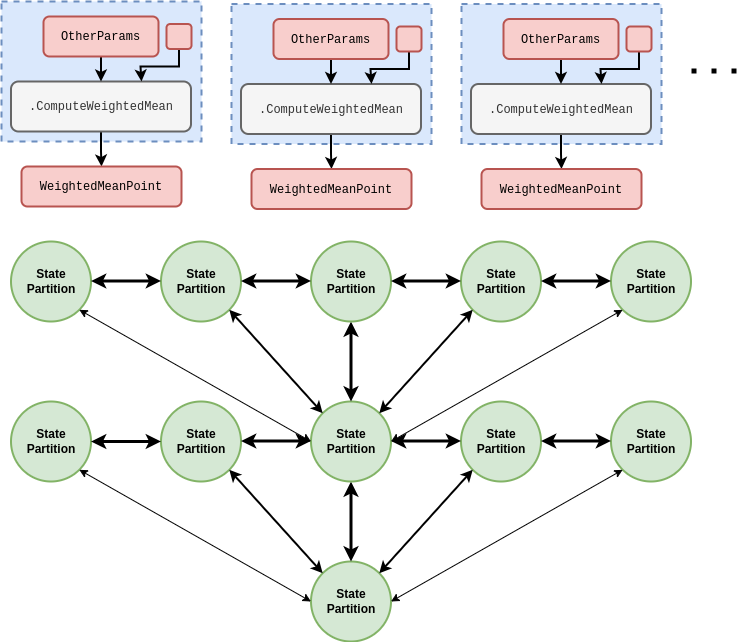
This is assets/dexetera/dexetera-spatial-state-partition-graph.drawio.png from umbralcalc/umbralcalc.github.io, a draw.io export, as it was before one commit. Source tidied: cells renumbered, new cells last; positions are measured from the earlier drawing's top-left corner, leaving out a move shared by most shapes.
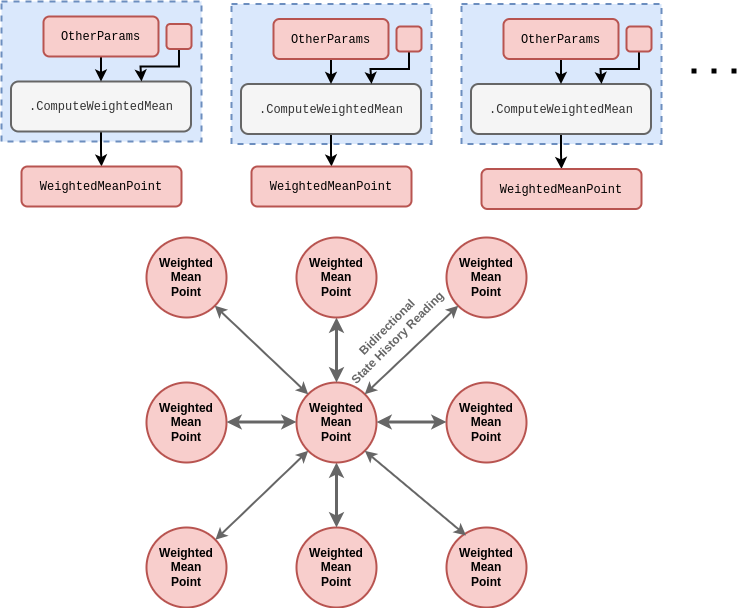
The same file after the commit.

Commit message:
Updated the graph computations

Change to the diagram source:
```diff
@@ -2,128 +2,59 @@
   <root>
     <mxCell id="0" />
     <mxCell id="1" parent="0" />
-    <mxCell id="2" value="&lt;b style=&quot;&quot;&gt;&lt;font face=&quot;Helvetica&quot;&gt;State&lt;br&gt;Partition&lt;/font&gt;&lt;/b&gt;" style="ellipse;whiteSpace=wrap;html=1;fillColor=#d5e8d4;strokeColor=#82b366;strokeWidth=2;" parent="1" vertex="1">
-      <mxGeometry x="309.5" y="560" width="80" height="80" as="geometry" />
+    <mxCell id="2" value="&lt;b&gt;Weighted&lt;/b&gt;&lt;div&gt;&lt;b&gt;Mean&lt;/b&gt;&lt;/div&gt;&lt;div&gt;&lt;b&gt;Point&lt;/b&gt;&lt;/div&gt;" style="ellipse;whiteSpace=wrap;html=1;fillColor=#f8cecc;strokeColor=#b85450;strokeWidth=2;" parent="1" vertex="1">
+      <mxGeometry x="295" y="526" width="80" height="80" as="geometry" />
     </mxCell>
-    <mxCell id="3" style="endArrow=classic;startArrow=classic;html=1;rounded=0;entryX=0;entryY=0.5;entryDx=0;entryDy=0;strokeWidth=3;exitX=0.5;exitY=1;exitDx=0;exitDy=0;" parent="1" edge="1">
+    <mxCell id="3" style="endArrow=classic;startArrow=classic;html=1;rounded=0;entryX=0.5;entryY=0;entryDx=0;entryDy=0;strokeWidth=3;exitX=0.5;exitY=1;exitDx=0;exitDy=0;fillColor=#f5f5f5;strokeColor=#666666;" parent="1" edge="1" target="2">
       <mxGeometry relative="1" as="geometry">
-        <mxPoint x="349.5" y="480" as="sourcePoint" />
-        <mxPoint x="349.5" y="560" as="targetPoint" />
+        <mxPoint x="335" y="461" as="sourcePoint" />
       </mxGeometry>
     </mxCell>
-    <mxCell id="4" value="&lt;b style=&quot;&quot;&gt;&lt;font face=&quot;Helvetica&quot;&gt;State&lt;br&gt;Partition&lt;/font&gt;&lt;/b&gt;" style="ellipse;whiteSpace=wrap;html=1;fillColor=#d5e8d4;strokeColor=#82b366;strokeWidth=2;" parent="1" vertex="1">
-      <mxGeometry x="459.5" y="400" width="80" height="80" as="geometry" />
+    <mxCell id="4" value="&lt;b&gt;Weighted&lt;/b&gt;&lt;div&gt;&lt;b&gt;Mean&lt;/b&gt;&lt;/div&gt;&lt;div&gt;&lt;b&gt;Point&lt;/b&gt;&lt;/div&gt;" style="ellipse;whiteSpace=wrap;html=1;fillColor=#f8cecc;strokeColor=#b85450;strokeWidth=2;" parent="1" vertex="1">
+      <mxGeometry x="445" y="381" width="80" height="80" as="geometry" />
     </mxCell>
-    <mxCell id="5" value="&lt;b style=&quot;&quot;&gt;&lt;font face=&quot;Helvetica&quot;&gt;State&lt;br&gt;Partition&lt;/font&gt;&lt;/b&gt;" style="ellipse;whiteSpace=wrap;html=1;fillColor=#d5e8d4;strokeColor=#82b366;strokeWidth=2;" parent="1" vertex="1">
-      <mxGeometry x="609.5" y="400" width="80" height="80" as="geometry" />
-    </mxCell>
-    <mxCell id="6" value="&lt;b style=&quot;&quot;&gt;&lt;font face=&quot;Helvetica&quot;&gt;State&lt;br&gt;Partition&lt;/font&gt;&lt;/b&gt;" style="ellipse;whiteSpace=wrap;html=1;fillColor=#d5e8d4;strokeColor=#82b366;strokeWidth=2;" parent="1" vertex="1">
-      <mxGeometry x="309.5" y="400" width="80" height="80" as="geometry" />
+    <mxCell id="6" value="&lt;b&gt;Weighted&lt;/b&gt;&lt;div&gt;&lt;b&gt;Mean&lt;/b&gt;&lt;/div&gt;&lt;div&gt;&lt;b&gt;Point&lt;/b&gt;&lt;/div&gt;" style="ellipse;whiteSpace=wrap;html=1;fillColor=#f8cecc;strokeColor=#b85450;strokeWidth=2;" parent="1" vertex="1">
+      <mxGeometry x="295" y="381" width="80" height="80" as="geometry" />
     </mxCell>
-    <mxCell id="7" style="endArrow=classic;startArrow=classic;html=1;rounded=0;entryX=0;entryY=1;entryDx=0;entryDy=0;strokeWidth=2;exitX=1;exitY=0;exitDx=0;exitDy=0;" parent="1" edge="1" source="2" target="4">
-      <mxGeometry relative="1" as="geometry" />
-    </mxCell>
-    <mxCell id="8" style="endArrow=classic;startArrow=classic;html=1;rounded=0;strokeWidth=1;exitX=1;exitY=0.5;exitDx=0;exitDy=0;entryX=0;entryY=1;entryDx=0;entryDy=0;" parent="1" edge="1" source="2" target="5">
-      <mxGeometry relative="1" as="geometry" />
-    </mxCell>
-    <mxCell id="9" value="&lt;b style=&quot;&quot;&gt;&lt;font face=&quot;Helvetica&quot;&gt;State&lt;br&gt;Partition&lt;/font&gt;&lt;/b&gt;" style="ellipse;whiteSpace=wrap;html=1;fillColor=#d5e8d4;strokeColor=#82b366;strokeWidth=2;" parent="1" vertex="1">
-      <mxGeometry x="9.5" y="400" width="80" height="80" as="geometry" />
-    </mxCell>
-    <mxCell id="10" value="&lt;b style=&quot;&quot;&gt;&lt;font face=&quot;Helvetica&quot;&gt;State&lt;br&gt;Partition&lt;/font&gt;&lt;/b&gt;" style="ellipse;whiteSpace=wrap;html=1;fillColor=#d5e8d4;strokeColor=#82b366;strokeWidth=2;" parent="1" vertex="1">
-      <mxGeometry x="159.5" y="400" width="80" height="80" as="geometry" />
+    <mxCell id="10" value="&lt;b&gt;Weighted&lt;/b&gt;&lt;div&gt;&lt;b&gt;Mean&lt;/b&gt;&lt;/div&gt;&lt;div&gt;&lt;b&gt;Point&lt;/b&gt;&lt;/div&gt;" style="ellipse;whiteSpace=wrap;html=1;fillColor=#f8cecc;strokeColor=#b85450;strokeWidth=2;" parent="1" vertex="1">
+      <mxGeometry x="145" y="381" width="80" height="80" as="geometry" />
     </mxCell>
-    <mxCell id="11" style="endArrow=classic;startArrow=classic;html=1;rounded=0;entryX=1;entryY=1;entryDx=0;entryDy=0;strokeWidth=2;exitX=0;exitY=0;exitDx=0;exitDy=0;" parent="1" edge="1" source="2" target="10">
-      <mxGeometry relative="1" as="geometry" />
-    </mxCell>
-    <mxCell id="12" style="endArrow=classic;startArrow=classic;html=1;rounded=0;strokeWidth=1;exitX=0;exitY=0.5;exitDx=0;exitDy=0;entryX=1;entryY=1;entryDx=0;entryDy=0;" parent="1" edge="1" source="2" target="9">
-      <mxGeometry relative="1" as="geometry" />
-    </mxCell>
-    <mxCell id="13" style="endArrow=classic;startArrow=classic;html=1;rounded=0;entryX=0;entryY=0.5;entryDx=0;entryDy=0;strokeWidth=3;exitX=0.5;exitY=1;exitDx=0;exitDy=0;" parent="1" edge="1">
+    <mxCell id="13" style="endArrow=classic;startArrow=classic;html=1;rounded=0;entryX=0;entryY=0.5;entryDx=0;entryDy=0;strokeWidth=3;exitX=0.5;exitY=1;exitDx=0;exitDy=0;fillColor=#f5f5f5;strokeColor=#666666;" parent="1" edge="1" source="16">
       <mxGeometry relative="1" as="geometry">
-        <mxPoint x="349.5" y="320" as="sourcePoint" />
-        <mxPoint x="349.5" y="400" as="targetPoint" />
+        <mxPoint x="335" y="381" as="targetPoint" />
       </mxGeometry>
     </mxCell>
-    <mxCell id="14" value="&lt;b style=&quot;&quot;&gt;&lt;font face=&quot;Helvetica&quot;&gt;State&lt;br&gt;Partition&lt;/font&gt;&lt;/b&gt;" style="ellipse;whiteSpace=wrap;html=1;fillColor=#d5e8d4;strokeColor=#82b366;strokeWidth=2;" parent="1" vertex="1">
-      <mxGeometry x="459.5" y="240" width="80" height="80" as="geometry" />
+    <mxCell id="14" value="&lt;b&gt;Weighted&lt;/b&gt;&lt;div&gt;&lt;b&gt;Mean&lt;/b&gt;&lt;/div&gt;&lt;div&gt;&lt;b&gt;Point&lt;/b&gt;&lt;/div&gt;" style="ellipse;whiteSpace=wrap;html=1;fillColor=#f8cecc;strokeColor=#b85450;strokeWidth=2;" parent="1" vertex="1">
+      <mxGeometry x="445" y="236" width="80" height="80" as="geometry" />
     </mxCell>
-    <mxCell id="15" value="&lt;b style=&quot;&quot;&gt;&lt;font face=&quot;Helvetica&quot;&gt;State&lt;br&gt;Partition&lt;/font&gt;&lt;/b&gt;" style="ellipse;whiteSpace=wrap;html=1;fillColor=#d5e8d4;strokeColor=#82b366;strokeWidth=2;" parent="1" vertex="1">
-      <mxGeometry x="609.5" y="240" width="80" height="80" as="geometry" />
-    </mxCell>
-    <mxCell id="16" value="&lt;b style=&quot;&quot;&gt;&lt;font face=&quot;Helvetica&quot;&gt;State&lt;br&gt;Partition&lt;/font&gt;&lt;/b&gt;" style="ellipse;whiteSpace=wrap;html=1;fillColor=#d5e8d4;strokeColor=#82b366;strokeWidth=2;" parent="1" vertex="1">
-      <mxGeometry x="309.5" y="240" width="80" height="80" as="geometry" />
+    <mxCell id="16" value="&lt;b&gt;Weighted&lt;/b&gt;&lt;div&gt;&lt;b&gt;Mean&lt;/b&gt;&lt;/div&gt;&lt;div&gt;&lt;b&gt;Point&lt;/b&gt;&lt;/div&gt;" style="ellipse;whiteSpace=wrap;html=1;fillColor=#f8cecc;strokeColor=#b85450;strokeWidth=2;" parent="1" vertex="1">
+      <mxGeometry x="295" y="236" width="80" height="80" as="geometry" />
     </mxCell>
-    <mxCell id="17" style="endArrow=classic;startArrow=classic;html=1;rounded=0;entryX=0;entryY=1;entryDx=0;entryDy=0;strokeWidth=2;exitX=1;exitY=0;exitDx=0;exitDy=0;" parent="1" edge="1" target="14">
+    <mxCell id="17" style="endArrow=classic;startArrow=classic;html=1;rounded=0;entryX=0;entryY=1;entryDx=0;entryDy=0;strokeWidth=2;exitX=1;exitY=0;exitDx=0;exitDy=0;fillColor=#f5f5f5;strokeColor=#666666;" parent="1" edge="1" target="14">
       <mxGeometry relative="1" as="geometry">
-        <mxPoint x="377.8" y="411.7" as="sourcePoint" />
+        <mxPoint x="363.3" y="392.7" as="sourcePoint" />
       </mxGeometry>
     </mxCell>
-    <mxCell id="18" style="endArrow=classic;startArrow=classic;html=1;rounded=0;strokeWidth=1;exitX=1;exitY=0.5;exitDx=0;exitDy=0;entryX=0;entryY=1;entryDx=0;entryDy=0;" parent="1" edge="1" target="15">
-      <mxGeometry relative="1" as="geometry">
-        <mxPoint x="389.5" y="440" as="sourcePoint" />
-      </mxGeometry>
-    </mxCell>
-    <mxCell id="19" value="&lt;b style=&quot;&quot;&gt;&lt;font face=&quot;Helvetica&quot;&gt;State&lt;br&gt;Partition&lt;/font&gt;&lt;/b&gt;" style="ellipse;whiteSpace=wrap;html=1;fillColor=#d5e8d4;strokeColor=#82b366;strokeWidth=2;" parent="1" vertex="1">
-      <mxGeometry x="9.5" y="240" width="80" height="80" as="geometry" />
-    </mxCell>
-    <mxCell id="20" value="&lt;b style=&quot;&quot;&gt;&lt;font face=&quot;Helvetica&quot;&gt;State&lt;br&gt;Partition&lt;/font&gt;&lt;/b&gt;" style="ellipse;whiteSpace=wrap;html=1;fillColor=#d5e8d4;strokeColor=#82b366;strokeWidth=2;" parent="1" vertex="1">
-      <mxGeometry x="159.5" y="240" width="80" height="80" as="geometry" />
+    <mxCell id="20" value="&lt;b&gt;Weighted&lt;/b&gt;&lt;div&gt;&lt;b&gt;Mean&lt;/b&gt;&lt;/div&gt;&lt;div&gt;&lt;b&gt;Point&lt;/b&gt;&lt;/div&gt;" style="ellipse;whiteSpace=wrap;html=1;fillColor=#f8cecc;strokeColor=#b85450;strokeWidth=2;" parent="1" vertex="1">
+      <mxGeometry x="145" y="236" width="80" height="80" as="geometry" />
     </mxCell>
-    <mxCell id="21" style="endArrow=classic;startArrow=classic;html=1;rounded=0;entryX=1;entryY=1;entryDx=0;entryDy=0;strokeWidth=2;exitX=0;exitY=0;exitDx=0;exitDy=0;" parent="1" edge="1" target="20">
+    <mxCell id="21" style="endArrow=classic;startArrow=classic;html=1;rounded=0;entryX=1;entryY=1;entryDx=0;entryDy=0;strokeWidth=2;exitX=0;exitY=0;exitDx=0;exitDy=0;fillColor=#f5f5f5;strokeColor=#666666;" parent="1" edge="1" target="20">
       <mxGeometry relative="1" as="geometry">
-        <mxPoint x="321.2" y="411.7" as="sourcePoint" />
+        <mxPoint x="306.7" y="392.7" as="sourcePoint" />
       </mxGeometry>
     </mxCell>
-    <mxCell id="22" style="endArrow=classic;startArrow=classic;html=1;rounded=0;strokeWidth=1;exitX=0;exitY=0.5;exitDx=0;exitDy=0;entryX=1;entryY=1;entryDx=0;entryDy=0;" parent="1" edge="1" target="19">
-      <mxGeometry relative="1" as="geometry">
-        <mxPoint x="309.5" y="440" as="sourcePoint" />
-      </mxGeometry>
-    </mxCell>
-    <mxCell id="23" style="endArrow=classic;startArrow=classic;html=1;rounded=0;entryX=0;entryY=0.5;entryDx=0;entryDy=0;strokeWidth=3;exitX=1;exitY=0.5;exitDx=0;exitDy=0;" parent="1" edge="1" source="9" target="10">
-      <mxGeometry relative="1" as="geometry" />
-    </mxCell>
-    <mxCell id="24" style="endArrow=classic;startArrow=classic;html=1;rounded=0;entryX=0;entryY=0.5;entryDx=0;entryDy=0;strokeWidth=3;exitX=1;exitY=0.5;exitDx=0;exitDy=0;" parent="1" edge="1">
+    <mxCell id="24" style="endArrow=classic;startArrow=classic;html=1;rounded=0;entryX=0;entryY=0.5;entryDx=0;entryDy=0;strokeWidth=3;exitX=1;exitY=0.5;exitDx=0;exitDy=0;fillColor=#f5f5f5;strokeColor=#666666;" parent="1" edge="1">
       <mxGeometry relative="1" as="geometry">
-        <mxPoint x="239.5" y="439.5" as="sourcePoint" />
-        <mxPoint x="309.5" y="439.5" as="targetPoint" />
+        <mxPoint x="225" y="420.5" as="sourcePoint" />
+        <mxPoint x="295" y="420.5" as="targetPoint" />
       </mxGeometry>
     </mxCell>
-    <mxCell id="25" style="endArrow=classic;startArrow=classic;html=1;rounded=0;entryX=0;entryY=0.5;entryDx=0;entryDy=0;strokeWidth=3;exitX=1;exitY=0.5;exitDx=0;exitDy=0;" parent="1" edge="1">
+    <mxCell id="25" style="endArrow=classic;startArrow=classic;html=1;rounded=0;entryX=0;entryY=0.5;entryDx=0;entryDy=0;strokeWidth=3;exitX=1;exitY=0.5;exitDx=0;exitDy=0;fillColor=#f5f5f5;strokeColor=#666666;" parent="1" edge="1">
       <mxGeometry relative="1" as="geometry">
-        <mxPoint x="389.5" y="439.5" as="sourcePoint" />
-        <mxPoint x="459.5" y="439.5" as="targetPoint" />
+        <mxPoint x="375" y="420.5" as="sourcePoint" />
+        <mxPoint x="445" y="420.5" as="targetPoint" />
       </mxGeometry>
     </mxCell>
-    <mxCell id="26" style="endArrow=classic;startArrow=classic;html=1;rounded=0;entryX=0;entryY=0.5;entryDx=0;entryDy=0;strokeWidth=3;exitX=1;exitY=0.5;exitDx=0;exitDy=0;" parent="1" edge="1">
-      <mxGeometry relative="1" as="geometry">
-        <mxPoint x="539.5" y="439.5" as="sourcePoint" />
-        <mxPoint x="609.5" y="439.5" as="targetPoint" />
-      </mxGeometry>
-    </mxCell>
-    <mxCell id="27" style="endArrow=classic;startArrow=classic;html=1;rounded=0;entryX=0;entryY=0.5;entryDx=0;entryDy=0;strokeWidth=3;exitX=1;exitY=0.5;exitDx=0;exitDy=0;" parent="1" edge="1">
-      <mxGeometry relative="1" as="geometry">
-        <mxPoint x="539.5" y="279.5" as="sourcePoint" />
-        <mxPoint x="609.5" y="279.5" as="targetPoint" />
-      </mxGeometry>
-    </mxCell>
-    <mxCell id="28" style="endArrow=classic;startArrow=classic;html=1;rounded=0;entryX=0;entryY=0.5;entryDx=0;entryDy=0;strokeWidth=3;exitX=1;exitY=0.5;exitDx=0;exitDy=0;" parent="1" edge="1">
-      <mxGeometry relative="1" as="geometry">
-        <mxPoint x="389.5" y="279.5" as="sourcePoint" />
-        <mxPoint x="459.5" y="279.5" as="targetPoint" />
-      </mxGeometry>
-    </mxCell>
-    <mxCell id="29" style="endArrow=classic;startArrow=classic;html=1;rounded=0;entryX=0;entryY=0.5;entryDx=0;entryDy=0;strokeWidth=3;exitX=1;exitY=0.5;exitDx=0;exitDy=0;" parent="1" edge="1">
-      <mxGeometry relative="1" as="geometry">
-        <mxPoint x="239.5" y="279.5" as="sourcePoint" />
-        <mxPoint x="309.5" y="279.5" as="targetPoint" />
-      </mxGeometry>
-    </mxCell>
-    <mxCell id="30" style="endArrow=classic;startArrow=classic;html=1;rounded=0;entryX=0;entryY=0.5;entryDx=0;entryDy=0;strokeWidth=3;exitX=1;exitY=0.5;exitDx=0;exitDy=0;" parent="1" edge="1">
-      <mxGeometry relative="1" as="geometry">
-        <mxPoint x="89.5" y="279.5" as="sourcePoint" />
-        <mxPoint x="159.5" y="279.5" as="targetPoint" />
-      </mxGeometry>
-    </mxCell>
     <mxCell id="31" style="rounded=0;whiteSpace=wrap;html=1;dashed=1;strokeWidth=2;fillColor=#dae8fc;strokeColor=#6c8ebf;" parent="1" vertex="1">
       <mxGeometry width="200" height="140" as="geometry" />
     </mxCell>
@@ -165,7 +96,7 @@
       <mxGeometry x="239.5" y="82.5" width="180" height="50" as="geometry" />
     </mxCell>
     <mxCell id="42" value="&lt;font face=&quot;Courier New&quot;&gt;WeightedMeanPoint&lt;/font&gt;" style="rounded=1;whiteSpace=wrap;html=1;strokeWidth=2;fillColor=#f8cecc;strokeColor=#b85450;" parent="1" vertex="1">
-      <mxGeometry x="250" y="167.5" width="160" height="40" as="geometry" />
+      <mxGeometry x="250" y="165" width="160" height="40" as="geometry" />
     </mxCell>
     <mxCell id="43" style="edgeStyle=orthogonalEdgeStyle;rounded=0;jettySize=auto;html=1;entryX=0.5;entryY=0;entryDx=0;entryDy=0;strokeWidth=2;" parent="1" edge="1" source="44" target="41">
       <mxGeometry relative="1" as="geometry" />
@@ -223,5 +154,20 @@
         <mxPoint x="740" y="69.5" as="targetPoint" />
       </mxGeometry>
     </mxCell>
+    <mxCell id="56" value="&lt;b&gt;Weighted&lt;/b&gt;&lt;div&gt;&lt;b&gt;Mean&lt;/b&gt;&lt;/div&gt;&lt;div&gt;&lt;b&gt;Point&lt;/b&gt;&lt;/div&gt;" style="ellipse;whiteSpace=wrap;html=1;fillColor=#f8cecc;strokeColor=#b85450;strokeWidth=2;" parent="1" vertex="1">
+      <mxGeometry x="445" y="526" width="80" height="80" as="geometry" />
+    </mxCell>
+    <mxCell id="57" value="&lt;b&gt;Weighted&lt;/b&gt;&lt;div&gt;&lt;b&gt;Mean&lt;/b&gt;&lt;/div&gt;&lt;div&gt;&lt;b&gt;Point&lt;/b&gt;&lt;/div&gt;" style="ellipse;whiteSpace=wrap;html=1;fillColor=#f8cecc;strokeColor=#b85450;strokeWidth=2;" parent="1" vertex="1">
+      <mxGeometry x="145" y="526" width="80" height="80" as="geometry" />
+    </mxCell>
+    <mxCell id="58" style="endArrow=classic;startArrow=classic;html=1;rounded=0;strokeWidth=2;exitX=0;exitY=1;exitDx=0;exitDy=0;fillColor=#f5f5f5;strokeColor=#666666;" parent="1" edge="1" source="6" target="57">
+      <mxGeometry relative="1" as="geometry" />
+    </mxCell>
+    <mxCell id="59" style="endArrow=classic;startArrow=classic;html=1;rounded=0;strokeWidth=2;exitX=1;exitY=1;exitDx=0;exitDy=0;fillColor=#f5f5f5;strokeColor=#666666;entryX=0.244;entryY=0.1;entryDx=0;entryDy=0;entryPerimeter=0;" parent="1" edge="1" source="6" target="56">
+      <mxGeometry relative="1" as="geometry" />
+    </mxCell>
+    <mxCell id="60" value="&lt;div&gt;&lt;b style=&quot;background-color: initial;&quot;&gt;&lt;font color=&quot;#666666&quot;&gt;Bidirectional&lt;/font&gt;&lt;/b&gt;&lt;br&gt;&lt;/div&gt;&lt;div&gt;&lt;b&gt;&lt;font color=&quot;#666666&quot;&gt;State History&amp;nbsp;&lt;/font&gt;&lt;/b&gt;&lt;b style=&quot;background-color: initial;&quot;&gt;&lt;font color=&quot;#666666&quot;&gt;Reading&lt;/font&gt;&lt;/b&gt;&lt;/div&gt;" style="text;html=1;align=center;verticalAlign=middle;whiteSpace=wrap;rounded=0;rotation=-45;" parent="1" vertex="1">
+      <mxGeometry x="306" y="316" width="169.5" height="30" as="geometry" />
+    </mxCell>
   </root>
 </mxGraphModel>
```
